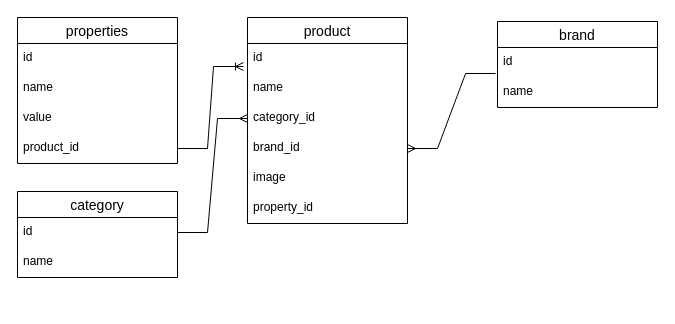
This is Диаграмма без названия.drawio from RudolphIgor/napoleon, a draw.io file, before an edit. Source tidied: cells renumbered, new cells numbered last; positions are measured from the earlier drawing's top-left corner, leaving out a move shared by most shapes. Both pictures are drawn from the tidied source at 100%, with x=0, y=0 at pixel (17, 17).
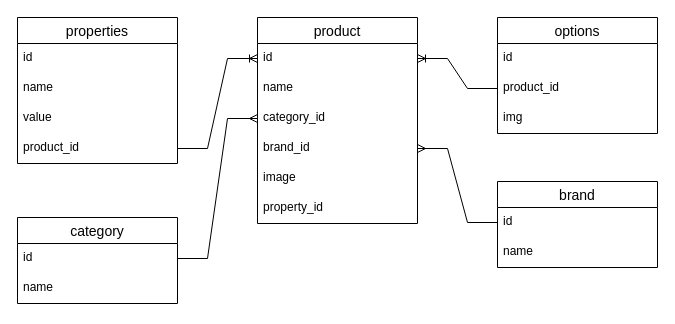
After the change.

Unchanged cells that the change refers to:
```xml
<mxCell id="6" value="id" style="text;strokeColor=none;fillColor=none;spacingLeft=4;spacingRight=4;overflow=hidden;points=[[0,0.5],[1,0.5]];portConstraint=eastwest;fontSize=12;whiteSpace=wrap;html=1;" parent="5" vertex="1">
  <mxGeometry y="26" width="160" height="30" as="geometry" />
</mxCell>
<mxCell id="9" value="id" style="text;strokeColor=none;fillColor=none;spacingLeft=4;spacingRight=4;overflow=hidden;points=[[0,0.5],[1,0.5]];portConstraint=eastwest;fontSize=12;whiteSpace=wrap;html=1;" parent="8" vertex="1">
  <mxGeometry y="26" width="160" height="30" as="geometry" />
</mxCell>
<mxCell id="12" value="brand_id" style="text;strokeColor=none;fillColor=none;spacingLeft=4;spacingRight=4;overflow=hidden;points=[[0,0.5],[1,0.5]];portConstraint=eastwest;fontSize=12;whiteSpace=wrap;html=1;" parent="8" vertex="1">
  <mxGeometry y="116" width="160" height="30" as="geometry" />
</mxCell>
<mxCell id="21" value="product_id" style="text;strokeColor=none;fillColor=none;spacingLeft=4;spacingRight=4;overflow=hidden;points=[[0,0.5],[1,0.5]];portConstraint=eastwest;fontSize=12;whiteSpace=wrap;html=1;" parent="17" vertex="1">
  <mxGeometry y="116" width="160" height="30" as="geometry" />
</mxCell>
```

The edit, as a diff of the source:
```diff
@@
     <mxCell id="2" value="category" style="swimlane;fontStyle=0;horizontal=1;startSize=26;align=center;fontSize=14;" parent="1" vertex="1">
-      <mxGeometry y="174" width="160" height="86" as="geometry" />
+      <mxGeometry y="200" width="160" height="86" as="geometry" />
     </mxCell>
@@
     <mxCell id="5" value="brand" style="swimlane;fontStyle=0;horizontal=1;startSize=26;align=center;fontSize=14;" parent="1" vertex="1">
-      <mxGeometry x="480" y="4" width="160" height="86" as="geometry" />
+      <mxGeometry x="480" y="164" width="160" height="86" as="geometry" />
     </mxCell>
@@
     <mxCell id="8" value="product" style="swimlane;fontStyle=0;horizontal=1;startSize=26;align=center;fontSize=14;" parent="1" vertex="1">
-      <mxGeometry x="230" width="160" height="206" as="geometry" />
+      <mxGeometry x="240" width="160" height="206" as="geometry" />
     </mxCell>
@@
-    <mxCell id="16" style="edgeStyle=entityRelationEdgeStyle;fontSize=12;html=1;endArrow=ERmany;rounded=0;exitX=-0.012;exitY=0.867;exitDx=0;exitDy=0;exitPerimeter=0;" parent="1" edge="1" source="6" target="12">
+    <mxCell id="16" style="edgeStyle=entityRelationEdgeStyle;fontSize=12;html=1;endArrow=ERmany;rounded=0;" parent="1" edge="1" source="6" target="12">
       <mxGeometry relative="1" as="geometry" />
     </mxCell>
@@
-    <mxCell id="22" style="edgeStyle=entityRelationEdgeStyle;fontSize=12;html=1;endArrow=ERoneToMany;rounded=0;exitX=1;exitY=0.5;exitDx=0;exitDy=0;entryX=-0.025;entryY=0.767;entryDx=0;entryDy=0;entryPerimeter=0;" parent="1" edge="1" source="21" target="9">
+    <mxCell id="22" style="edgeStyle=entityRelationEdgeStyle;fontSize=12;html=1;endArrow=ERoneToMany;rounded=0;" parent="1" edge="1" source="21" target="9">
       <mxGeometry relative="1" as="geometry" />
     </mxCell>
+    <mxCell id="23" value="options" style="swimlane;fontStyle=0;horizontal=1;startSize=26;align=center;fontSize=14;" parent="1" vertex="1">
+      <mxGeometry x="480" width="160" height="116" as="geometry" />
+    </mxCell>
+    <mxCell id="24" value="id" style="text;strokeColor=none;fillColor=none;spacingLeft=4;spacingRight=4;overflow=hidden;fontSize=12;whiteSpace=wrap;html=1;" parent="23" vertex="1">
+      <mxGeometry y="26" width="160" height="30" as="geometry" />
+    </mxCell>
+    <mxCell id="25" value="product_id" style="text;strokeColor=none;fillColor=none;spacingLeft=4;spacingRight=4;overflow=hidden;points=[[0,0.5],[1,0.5]];portConstraint=eastwest;fontSize=12;whiteSpace=wrap;html=1;" parent="23" vertex="1">
+      <mxGeometry y="56" width="160" height="30" as="geometry" />
+    </mxCell>
+    <mxCell id="26" value="img" style="text;strokeColor=none;fillColor=none;spacingLeft=4;spacingRight=4;overflow=hidden;fontSize=12;whiteSpace=wrap;html=1;" parent="23" vertex="1">
+      <mxGeometry y="86" width="160" height="30" as="geometry" />
+    </mxCell>
+    <mxCell id="27" style="edgeStyle=entityRelationEdgeStyle;fontSize=12;html=1;endArrow=ERoneToMany;rounded=0;" parent="1" edge="1" source="25" target="9">
+      <mxGeometry relative="1" as="geometry" />
+    </mxCell>
```
